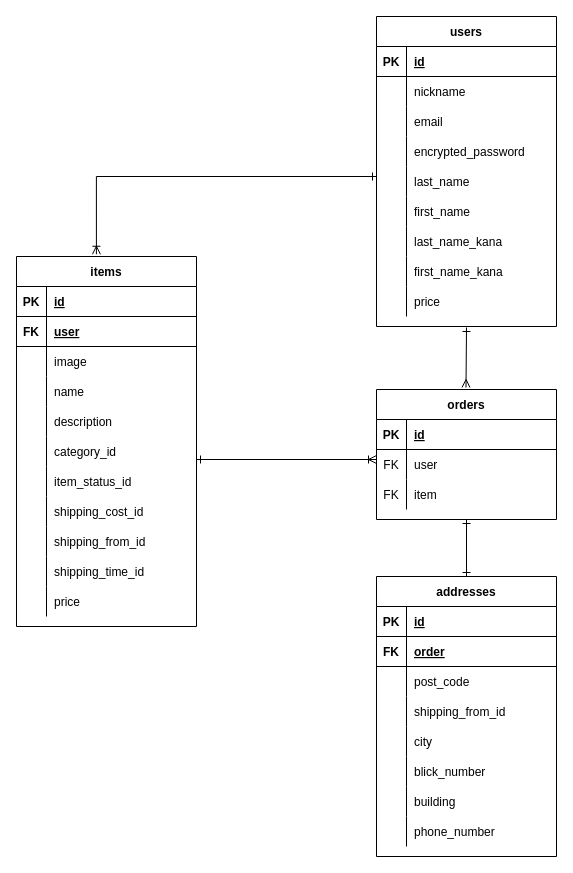
Earlier version of the draw.io diagram furima.dio (ikumi-taka/furima-38288). Source tidied: cells renumbered, new cells numbered last; positions are measured from the earlier drawing's top-left corner, leaving out a move shared by most shapes. Both pictures are drawn from the tidied source at 100%, with x=0, y=0 at pixel (16, 16).
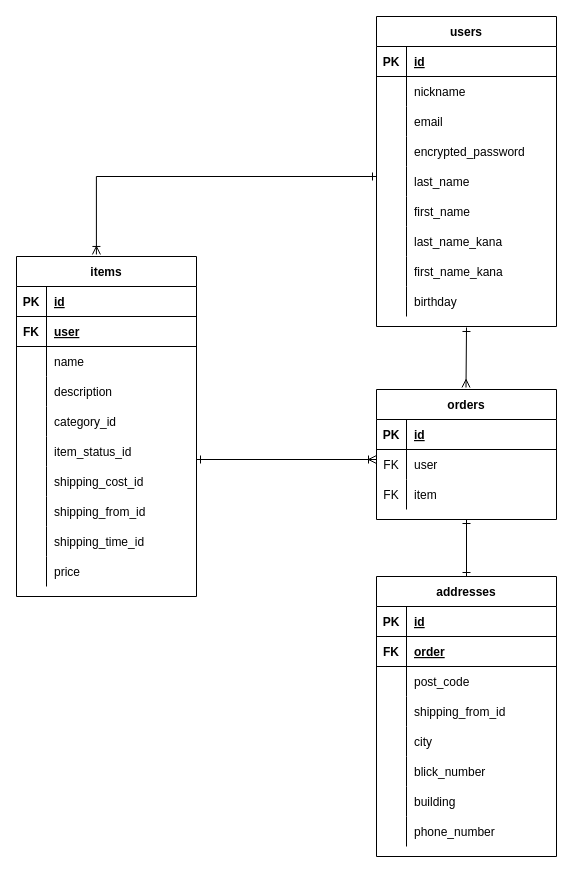
The same page after the edit.

Commit message:
ER図カラムの修正

The change refers to these unchanged cells:
```xml
<mxCell id="61" style="shape=partialRectangle;fillColor=none;top=0;left=0;bottom=0;right=0;" parent="36" vertex="1">
  <mxGeometry y="270" width="180" height="30" as="geometry" />
</mxCell>
```

What changed in the source:
```diff
@@
     <mxCell id="2" value="items" style="shape=table;startSize=30;childLayout=tableLayout;rowLines=0;fontStyle=1;align=center;" parent="1" vertex="1">
-      <mxGeometry y="240" width="180" height="370" as="geometry" />
+      <mxGeometry y="240" width="180" height="340" as="geometry" />
     </mxCell>
@@
-    <mxCell id="9" style="shape=partialRectangle;fillColor=none;top=0;left=0;bottom=0;right=0;" parent="2" vertex="1">
-      <mxGeometry y="90" width="180" height="30" as="geometry" />
-    </mxCell>
-    <mxCell id="10" style="shape=partialRectangle;fillColor=none;top=0;left=0;bottom=0;right=0;overflow=hidden;" parent="9" vertex="1">
-      <mxGeometry width="30" height="30" as="geometry" />
-    </mxCell>
-    <mxCell id="11" value="image" style="shape=partialRectangle;fillColor=none;top=0;left=0;bottom=0;right=0;align=left;spacingLeft=6;overflow=hidden;" parent="9" vertex="1">
-      <mxGeometry x="30" width="150" height="30" as="geometry" />
-    </mxCell>
     <mxCell id="12" style="shape=partialRectangle;fillColor=none;top=0;left=0;bottom=0;right=0;" parent="2" vertex="1">
-      <mxGeometry y="120" width="180" height="30" as="geometry" />
+      <mxGeometry y="90" width="180" height="30" as="geometry" />
     </mxCell>
@@
     <mxCell id="15" style="shape=partialRectangle;fillColor=none;top=0;left=0;bottom=0;right=0;" parent="2" vertex="1">
-      <mxGeometry y="150" width="180" height="30" as="geometry" />
+      <mxGeometry y="120" width="180" height="30" as="geometry" />
     </mxCell>
@@
     <mxCell id="18" style="shape=partialRectangle;fillColor=none;top=0;left=0;bottom=0;right=0;" parent="2" vertex="1">
-      <mxGeometry y="180" width="180" height="30" as="geometry" />
+      <mxGeometry y="150" width="180" height="30" as="geometry" />
     </mxCell>
@@
     <mxCell id="21" style="shape=partialRectangle;fillColor=none;top=0;left=0;bottom=0;right=0;" parent="2" vertex="1">
-      <mxGeometry y="210" width="180" height="30" as="geometry" />
+      <mxGeometry y="180" width="180" height="30" as="geometry" />
     </mxCell>
@@
     <mxCell id="24" style="shape=partialRectangle;fillColor=none;top=0;left=0;bottom=0;right=0;" parent="2" vertex="1">
-      <mxGeometry y="240" width="180" height="30" as="geometry" />
+      <mxGeometry y="210" width="180" height="30" as="geometry" />
     </mxCell>
@@
     <mxCell id="27" style="shape=partialRectangle;fillColor=none;top=0;left=0;bottom=0;right=0;" parent="2" vertex="1">
-      <mxGeometry y="270" width="180" height="30" as="geometry" />
+      <mxGeometry y="240" width="180" height="30" as="geometry" />
     </mxCell>
@@
     <mxCell id="30" style="shape=partialRectangle;fillColor=none;top=0;left=0;bottom=0;right=0;" parent="2" vertex="1">
-      <mxGeometry y="300" width="180" height="30" as="geometry" />
+      <mxGeometry y="270" width="180" height="30" as="geometry" />
     </mxCell>
@@
     <mxCell id="33" style="shape=partialRectangle;fillColor=none;top=0;left=0;bottom=0;right=0;" parent="2" vertex="1">
-      <mxGeometry y="330" width="180" height="30" as="geometry" />
+      <mxGeometry y="300" width="180" height="30" as="geometry" />
     </mxCell>
@@
-    <mxCell id="63" value="price" style="shape=partialRectangle;fillColor=none;top=0;left=0;bottom=0;right=0;align=left;spacingLeft=6;overflow=hidden;" parent="61" vertex="1">
+    <mxCell id="63" value="birthday" style="shape=partialRectangle;fillColor=none;top=0;left=0;bottom=0;right=0;align=left;spacingLeft=6;overflow=hidden;" parent="61" vertex="1">
       <mxGeometry x="30" width="150" height="30" as="geometry" />
     </mxCell>
```
